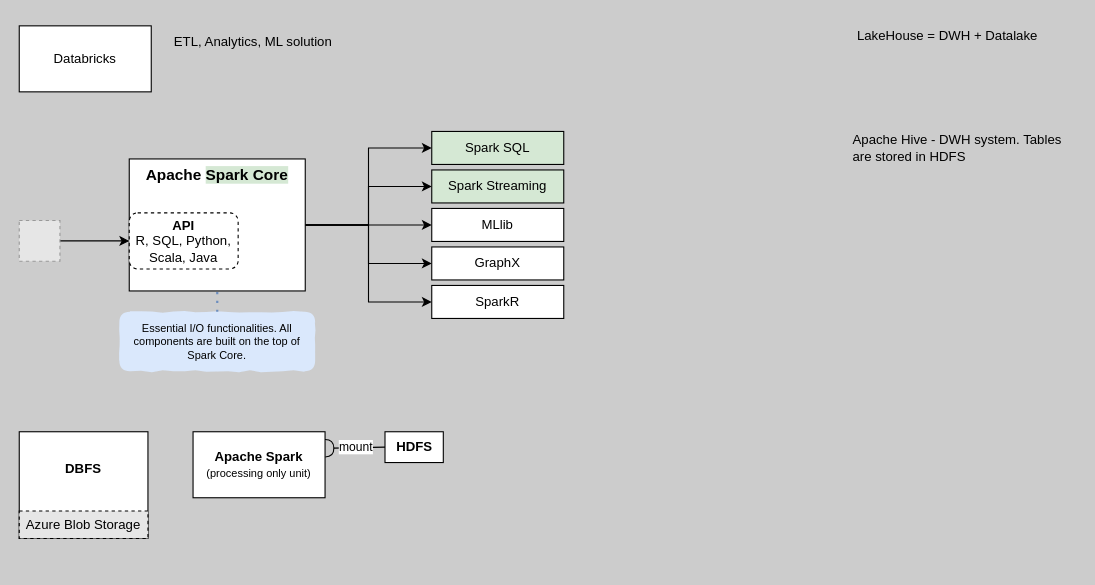
The draw.io diagram Databricks.drawio in agrazh/de-diagrams, before the edit. Source tidied: cells renumbered, new cells numbered last; positions are measured from the earlier drawing's top-left corner, leaving out a move shared by most shapes. Both pictures are drawn from the tidied source at 110%, with x=0, y=0 at pixel (19, 19). Pictures stored in the file or linked from it are replaced by grey dashed boxes.
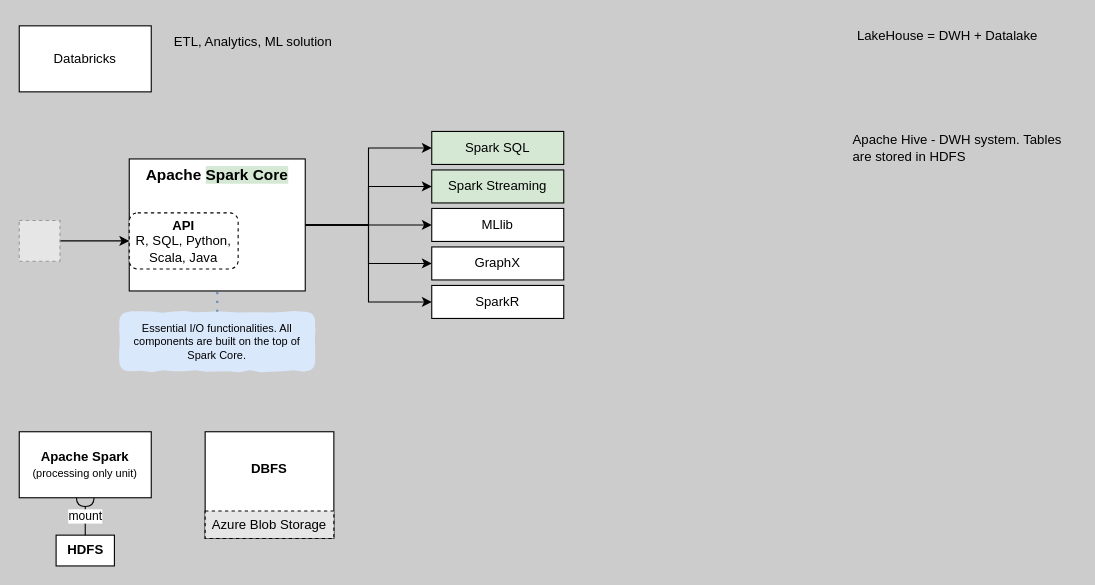
After the change.

Change to the diagram source:
```diff
@@
     <mxCell id="23" style="group;" parent="1" vertex="1">
-      <mxGeometry y="375" width="117" height="97" as="geometry" />
+      <mxGeometry x="169" y="375" width="117" height="97" as="geometry" />
     </mxCell>
@@
     <mxCell id="26" value="&lt;b&gt;HDFS&lt;/b&gt;" style="rounded=0;whiteSpace=wrap;html=1;labelBackgroundColor=none;labelBorderColor=none;" parent="1" vertex="1">
-      <mxGeometry x="332.5" y="375" width="53" height="28" as="geometry" />
+      <mxGeometry x="33.5" y="469" width="53" height="28" as="geometry" />
     </mxCell>
-    <mxCell id="27" value="mount" style="endArrow=halfCircle;html=1;rounded=0;entryX=1;entryY=0.25;entryDx=0;entryDy=0;endFill=0;labelBackgroundColor=default;labelBorderColor=none;exitX=0;exitY=0.5;exitDx=0;exitDy=0;" parent="1" edge="1" source="26" target="28">
+    <mxCell id="27" value="mount" style="endArrow=halfCircle;html=1;rounded=0;entryX=0.5;entryY=1;entryDx=0;entryDy=0;endFill=0;labelBackgroundColor=default;labelBorderColor=none;exitX=0.5;exitY=0;exitDx=0;exitDy=0;" parent="1" edge="1" source="26" target="28">
       <mxGeometry relative="1" as="geometry" />
     </mxCell>
     <mxCell id="28" value="&lt;b&gt;Apache Spark&lt;/b&gt;&lt;br&gt;&lt;font style=&quot;font-size: 10px;&quot;&gt;(processing only unit)&lt;/font&gt;" style="rounded=0;whiteSpace=wrap;html=1;" parent="1" vertex="1">
-      <mxGeometry x="158" y="375" width="120" height="60" as="geometry" />
+      <mxGeometry y="375" width="120" height="60" as="geometry" />
     </mxCell>
```
